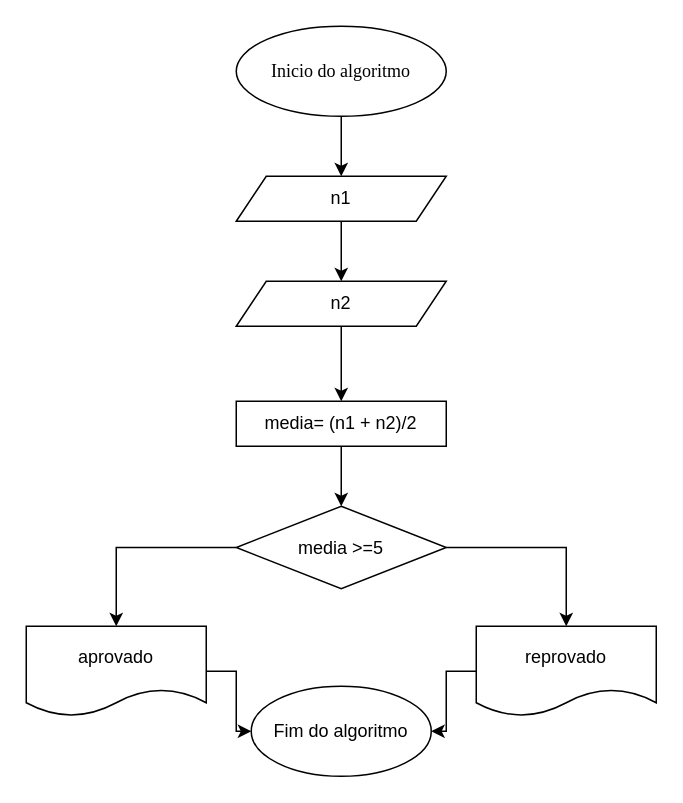
Above: Diagrama sem nome.drawio in Dwdax/trabalho (draw.io), before the change. Source tidied: cells renumbered, new cells numbered last; positions are measured from the earlier drawing's top-left corner, leaving out a move shared by most shapes. Both pictures are drawn from the tidied source at 150%, with x=0, y=0 at pixel (26, 26).
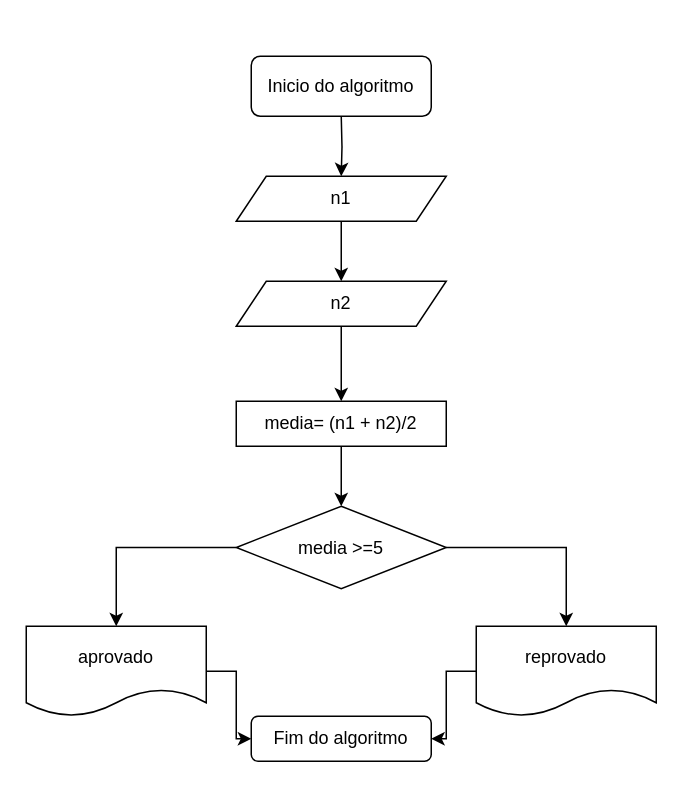
The same page after the edit.

The edit, as a diff of the source:
```diff
@@
 <mxGraphModel>
   <root>
     <mxCell id="0" />
     <mxCell id="1" parent="0" />
-    <mxCell id="2" style="edgeStyle=orthogonalEdgeStyle;rounded=0;jettySize=auto;html=1;" parent="1" edge="1" source="3">
+    <mxCell id="2" style="edgeStyle=orthogonalEdgeStyle;rounded=0;orthogonalLoop=1;jettySize=auto;html=1;" parent="1" edge="1">
       <mxGeometry relative="1" as="geometry">
+        <mxPoint x="210" y="60" as="sourcePoint" />
         <mxPoint x="210" y="100" as="targetPoint" />
       </mxGeometry>
     </mxCell>
-    <mxCell id="3" value="Inicio do algoritmo" style="ellipse;whiteSpace=wrap;html=1;fontFamily=Times New Roman;" parent="1" vertex="1">
-      <mxGeometry x="140" width="140" height="60" as="geometry" />
-    </mxCell>
     <mxCell id="4" style="edgeStyle=orthogonalEdgeStyle;rounded=0;jettySize=auto;html=1;" parent="1" edge="1" source="5" target="7">
       <mxGeometry relative="1" as="geometry" />
     </mxCell>
     <mxCell id="5" value="n1" style="shape=parallelogram;perimeter=parallelogramPerimeter;whiteSpace=wrap;html=1;fixedSize=1;" parent="1" vertex="1">
       <mxGeometry x="140" y="100" width="140" height="30" as="geometry" />
     </mxCell>
     <mxCell id="6" style="edgeStyle=orthogonalEdgeStyle;rounded=0;jettySize=auto;html=1;" parent="1" edge="1" source="7" target="9">
       <mxGeometry relative="1" as="geometry" />
     </mxCell>
     <mxCell id="7" value="n2" style="shape=parallelogram;perimeter=parallelogramPerimeter;whiteSpace=wrap;html=1;fixedSize=1;" parent="1" vertex="1">
       <mxGeometry x="140" y="170" width="140" height="30" as="geometry" />
     </mxCell>
     <mxCell id="8" style="edgeStyle=orthogonalEdgeStyle;rounded=0;jettySize=auto;html=1;" parent="1" edge="1" source="9" target="12">
       <mxGeometry relative="1" as="geometry" />
     </mxCell>
     <mxCell id="9" value="media= (n1 + n2)/2" style="whiteSpace=wrap;html=1;" parent="1" vertex="1">
       <mxGeometry x="140" y="250" width="140" height="30" as="geometry" />
     </mxCell>
     <mxCell id="10" style="edgeStyle=orthogonalEdgeStyle;rounded=0;jettySize=auto;html=1;" parent="1" edge="1" source="12" target="14">
       <mxGeometry relative="1" as="geometry" />
     </mxCell>
     <mxCell id="11" style="edgeStyle=orthogonalEdgeStyle;rounded=0;jettySize=auto;html=1;" parent="1" edge="1" source="12" target="16">
       <mxGeometry relative="1" as="geometry" />
     </mxCell>
     <mxCell id="12" value="media &amp;gt;=5" style="rhombus;whiteSpace=wrap;html=1;" parent="1" vertex="1">
       <mxGeometry x="140" y="320" width="140" height="55" as="geometry" />
     </mxCell>
     <mxCell id="13" style="edgeStyle=orthogonalEdgeStyle;rounded=0;jettySize=auto;html=1;" parent="1" edge="1" source="14" target="17">
       <mxGeometry relative="1" as="geometry" />
     </mxCell>
     <mxCell id="14" value="aprovado" style="shape=document;whiteSpace=wrap;html=1;boundedLbl=1;" parent="1" vertex="1">
       <mxGeometry y="400" width="120" height="60" as="geometry" />
     </mxCell>
     <mxCell id="15" style="edgeStyle=orthogonalEdgeStyle;rounded=0;jettySize=auto;html=1;" parent="1" edge="1" source="16" target="17">
       <mxGeometry relative="1" as="geometry" />
     </mxCell>
     <mxCell id="16" value="reprovado" style="shape=document;whiteSpace=wrap;html=1;boundedLbl=1;" parent="1" vertex="1">
       <mxGeometry x="300" y="400" width="120" height="60" as="geometry" />
     </mxCell>
+    <mxCell id="3" value="Inicio do algoritmo" style="rounded=1;whiteSpace=wrap;html=1;" parent="1" vertex="1">
+      <mxGeometry x="150" y="20" width="120" height="40" as="geometry" />
+    </mxCell>
-    <mxCell id="17" value="Fim do algoritmo" style="ellipse;whiteSpace=wrap;html=1;" parent="1" vertex="1">
-      <mxGeometry x="150" y="440" width="120" height="60" as="geometry" />
+    <mxCell id="17" value="Fim do algoritmo" style="rounded=1;whiteSpace=wrap;html=1;" parent="1" vertex="1">
+      <mxGeometry x="150" y="460" width="120" height="30" as="geometry" />
     </mxCell>
   </root>
 </mxGraphModel>
```
